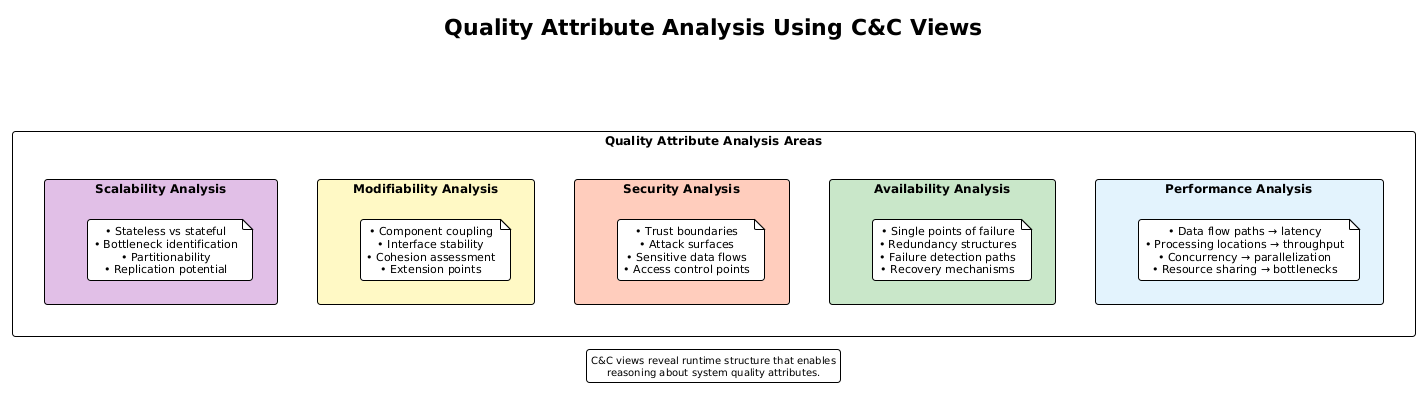
Earlier version of the PlantUML export src/architecture/views-and-beyond/style-catalogs/component-and-connector/component-and-connector-views/png/10-quality-attribute-analysis.png (Notoriousjayy/latex-docs). Source of this version:
```plantuml
@startuml 10-quality-attribute-analysis
!include ../../../../../../tooling/styles/plantuml/structural/component-diagram-style.iuml

!theme plain

title Quality Attribute Analysis Using C&C Views

rectangle "Quality Attribute Analysis Areas" {

    rectangle "**Performance Analysis**" as perf #E3F2FD {
        note as n1
          • Data flow paths → latency
          • Processing locations → throughput
          • Concurrency → parallelization
          • Resource sharing → bottlenecks
        end note
    }

    rectangle "**Availability Analysis**" as avail #C8E6C9 {
        note as n2
          • Single points of failure
          • Redundancy structures
          • Failure detection paths
          • Recovery mechanisms
        end note
    }

    rectangle "**Security Analysis**" as sec #FFCCBC {
        note as n3
          • Trust boundaries
          • Attack surfaces
          • Sensitive data flows
          • Access control points
        end note
    }

    rectangle "**Modifiability Analysis**" as mod #FFF9C4 {
        note as n4
          • Component coupling
          • Interface stability
          • Cohesion assessment
          • Extension points
        end note
    }

    rectangle "**Scalability Analysis**" as scale #E1BEE7 {
        note as n5
          • Stateless vs stateful
          • Bottleneck identification
          • Partitionability
          • Replication potential
        end note
    }
}

perf -[hidden]r-> avail
avail -[hidden]r-> sec
mod -[hidden]r-> scale

legend bottom
  C&C views reveal runtime structure that enables
  reasoning about system quality attributes.
endlegend

@enduml
```
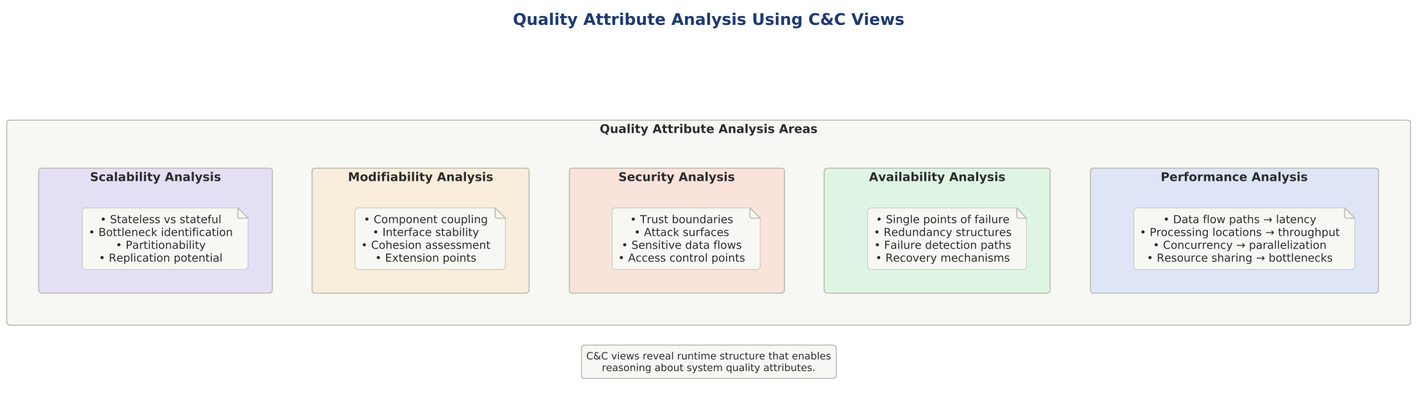
Above is the later version.

Change to the diagram source:
```diff
@@ -1,13 +1,16 @@
 @startuml 10-quality-attribute-analysis
+
+skinparam dpi 150
+
+
+
 !include ../../../../../../tooling/styles/plantuml/structural/component-diagram-style.iuml
-
-!theme plain
 
 title Quality Attribute Analysis Using C&C Views
 
 rectangle "Quality Attribute Analysis Areas" {
 
-    rectangle "**Performance Analysis**" as perf #E3F2FD {
+    rectangle "**Performance Analysis**" as perf $fill_primary {
         note as n1
           • Data flow paths → latency
           • Processing locations → throughput
@@ -16,7 +19,7 @@
         end note
     }
 
-    rectangle "**Availability Analysis**" as avail #C8E6C9 {
+    rectangle "**Availability Analysis**" as avail $fill_ok {
         note as n2
           • Single points of failure
           • Redundancy structures
@@ -25,7 +28,7 @@
         end note
     }
 
-    rectangle "**Security Analysis**" as sec #FFCCBC {
+    rectangle "**Security Analysis**" as sec $fill_invalid {
         note as n3
           • Trust boundaries
           • Attack surfaces
@@ -34,7 +37,7 @@
         end note
     }
 
-    rectangle "**Modifiability Analysis**" as mod #FFF9C4 {
+    rectangle "**Modifiability Analysis**" as mod $fill_caution {
         note as n4
           • Component coupling
           • Interface stability
@@ -43,7 +46,7 @@
         end note
     }
 
-    rectangle "**Scalability Analysis**" as scale #E1BEE7 {
+    rectangle "**Scalability Analysis**" as scale $fill_alt {
         note as n5
           • Stateless vs stateful
           • Bottleneck identification
```
